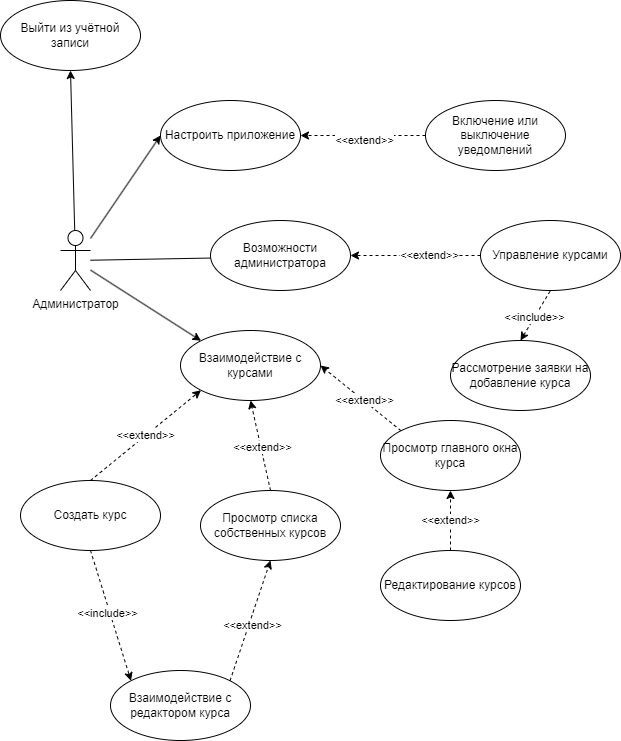
Above: diagrams/Диаграммы прецедентов (Use case diagrams)/Диаграмма прецедентов (admin).png in sahland/9.5-Team (draw.io), before the change. Source tidied: cells renumbered, new cells last; positions are measured from the earlier drawing's top-left corner, leaving out a move shared by most shapes.
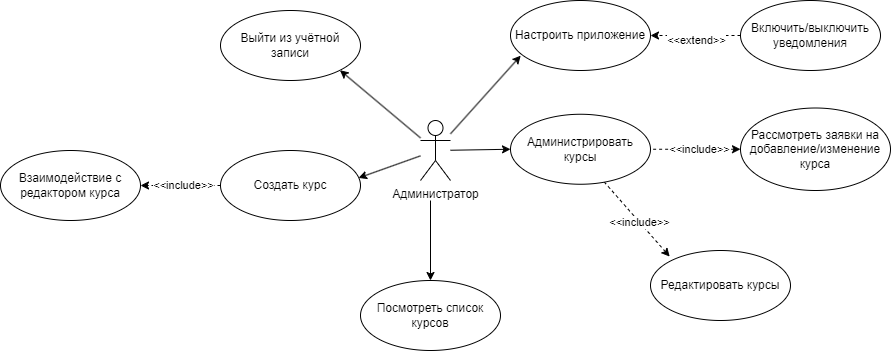
After the commit.

What changed in the source:
```diff
@@ -2,72 +2,39 @@
   <root>
     <mxCell id="0" />
     <mxCell id="1" parent="0" />
-    <mxCell id="2" style="rounded=0;jettySize=auto;html=1;exitX=0;exitY=0.5;exitDx=0;exitDy=0;entryX=1;entryY=0.5;entryDx=0;entryDy=0;dashed=1;" parent="1" edge="1" source="4" target="9">
-      <mxGeometry relative="1" as="geometry" />
-    </mxCell>
-    <mxCell id="3" value="&amp;lt;&amp;lt;extend&amp;gt;&amp;gt;" style="edgeLabel;html=1;align=center;verticalAlign=middle;" parent="2" vertex="1">
-      <mxGeometry x="-0.2" y="-1" relative="1" as="geometry" />
-    </mxCell>
-    <mxCell id="4" value="Управление курсами" style="ellipse;whiteSpace=wrap;html=1;" parent="1" vertex="1">
-      <mxGeometry x="480" y="220" width="140" height="70" as="geometry" />
+    <mxCell id="4" value="Администрировать курсы" style="ellipse;whiteSpace=wrap;html=1;" parent="1" vertex="1">
+      <mxGeometry x="150" y="223.8" width="140" height="70" as="geometry" />
     </mxCell>
-    <mxCell id="5" style="rounded=0;jettySize=auto;html=1;entryX=0.5;entryY=1;entryDx=0;entryDy=0;" parent="1" edge="1" source="7" target="8">
+    <mxCell id="5" style="rounded=0;jettySize=auto;html=1;entryX=1;entryY=1;entryDx=0;entryDy=0;" parent="1" edge="1" source="7" target="8">
       <mxGeometry relative="1" as="geometry" />
     </mxCell>
-    <mxCell id="6" style="rounded=0;jettySize=auto;html=1;entryX=1;entryY=0.5;entryDx=0;entryDy=0;" parent="1" edge="1" source="7" target="9">
+    <mxCell id="6" style="rounded=0;jettySize=auto;html=1;entryX=0;entryY=0.5;entryDx=0;entryDy=0;" parent="1" edge="1" source="7" target="4">
       <mxGeometry relative="1" as="geometry" />
     </mxCell>
     <mxCell id="7" value="Администратор" style="shape=umlActor;verticalLabelPosition=bottom;verticalAlign=top;html=1;" parent="1" vertex="1">
       <mxGeometry x="60" y="230" width="30" height="60" as="geometry" />
     </mxCell>
     <mxCell id="8" value="Выйти из учётной записи" style="ellipse;whiteSpace=wrap;html=1;" parent="1" vertex="1">
-      <mxGeometry width="140" height="70" as="geometry" />
+      <mxGeometry x="-140" y="120" width="140" height="70" as="geometry" />
     </mxCell>
-    <mxCell id="9" value="Возможности администратора" style="ellipse;whiteSpace=wrap;html=1;" parent="1" vertex="1">
-      <mxGeometry x="210" y="220" width="140" height="70" as="geometry" />
-    </mxCell>
-    <mxCell id="10" style="rounded=0;jettySize=auto;html=1;exitX=0.5;exitY=0;exitDx=0;exitDy=0;entryX=0.5;entryY=1;entryDx=0;entryDy=0;dashed=1;startArrow=classic;startFill=1;endArrow=none;endFill=0;" parent="1" edge="1" source="12" target="4">
+    <mxCell id="10" style="rounded=0;jettySize=auto;html=1;exitX=0;exitY=0.5;exitDx=0;exitDy=0;dashed=1;startArrow=classic;startFill=1;endArrow=none;endFill=0;entryX=1;entryY=0.5;entryDx=0;entryDy=0;" parent="1" edge="1" source="12" target="4">
       <mxGeometry relative="1" as="geometry" />
     </mxCell>
     <mxCell id="11" value="&amp;lt;&amp;lt;include&amp;gt;&amp;gt;" style="edgeLabel;html=1;align=center;verticalAlign=middle;" parent="10" vertex="1">
       <mxGeometry x="-0.07" relative="1" as="geometry" />
     </mxCell>
-    <mxCell id="12" value="Рассмотрение заявки на добавление курса" style="ellipse;whiteSpace=wrap;html=1;" parent="1" vertex="1">
-      <mxGeometry x="450" y="340" width="140" height="70" as="geometry" />
+    <mxCell id="12" value="Рассмотреть заявки на добавление/изменение курса" style="ellipse;whiteSpace=wrap;html=1;" parent="1" vertex="1">
+      <mxGeometry x="380" y="217.5" width="150" height="82.5" as="geometry" />
     </mxCell>
-    <mxCell id="13" style="rounded=0;jettySize=auto;html=1;entryX=0;entryY=0.5;entryDx=0;entryDy=0;" parent="1" edge="1" source="7" target="15">
+    <mxCell id="13" style="rounded=0;jettySize=auto;html=1;entryX=0.073;entryY=0.788;entryDx=0;entryDy=0;entryPerimeter=0;" parent="1" edge="1" source="7" target="15">
       <mxGeometry relative="1" as="geometry" />
     </mxCell>
-    <mxCell id="14" style="rounded=0;jettySize=auto;html=1;entryX=0;entryY=0;entryDx=0;entryDy=0;" parent="1" edge="1" source="7" target="16">
+    <mxCell id="14" style="rounded=0;jettySize=auto;html=1;entryX=0.986;entryY=0.392;entryDx=0;entryDy=0;entryPerimeter=0;" parent="1" edge="1" source="7" target="20">
       <mxGeometry relative="1" as="geometry" />
     </mxCell>
     <mxCell id="15" value="Настроить приложение" style="ellipse;whiteSpace=wrap;html=1;" parent="1" vertex="1">
-      <mxGeometry x="160" y="100" width="140" height="70" as="geometry" />
+      <mxGeometry x="150" y="110" width="140" height="70" as="geometry" />
     </mxCell>
-    <mxCell id="16" value="Взаимодействие с курсами" style="ellipse;whiteSpace=wrap;html=1;" parent="1" vertex="1">
-      <mxGeometry x="180" y="330" width="140" height="70" as="geometry" />
-    </mxCell>
-    <mxCell id="17" value="&amp;lt;&amp;lt;extend&amp;gt;&amp;gt;" style="rounded=0;jettySize=auto;html=1;exitX=0.5;exitY=0;exitDx=0;exitDy=0;dashed=1;entryX=0;entryY=1;entryDx=0;entryDy=0;" parent="1" edge="1" source="20" target="16">
-      <mxGeometry relative="1" as="geometry" />
-    </mxCell>
-    <mxCell id="18" style="rounded=0;jettySize=auto;html=1;exitX=0.5;exitY=1;exitDx=0;exitDy=0;entryX=0;entryY=0;entryDx=0;entryDy=0;dashed=1;" parent="1" edge="1" source="20" target="27">
-      <mxGeometry relative="1" as="geometry" />
-    </mxCell>
-    <mxCell id="19" value="&amp;lt;&amp;lt;include&amp;gt;&amp;gt;" style="edgeLabel;html=1;align=center;verticalAlign=middle;" parent="18" vertex="1">
-      <mxGeometry x="-0.05" y="-3" relative="1" as="geometry" />
-    </mxCell>
-    <mxCell id="20" value="Создать курс" style="ellipse;whiteSpace=wrap;html=1;" parent="1" vertex="1">
-      <mxGeometry x="20" y="480" width="140" height="70" as="geometry" />
-    </mxCell>
-    <mxCell id="21" style="rounded=0;jettySize=auto;html=1;exitX=0;exitY=0;exitDx=0;exitDy=0;entryX=1;entryY=0.5;entryDx=0;entryDy=0;dashed=1;" parent="1" edge="1" source="23" target="16">
-      <mxGeometry relative="1" as="geometry" />
-    </mxCell>
-    <mxCell id="22" value="&amp;lt;&amp;lt;extend&amp;gt;&amp;gt;" style="edgeLabel;html=1;align=center;verticalAlign=middle;" parent="21" vertex="1">
-      <mxGeometry x="-0.08" y="-1" relative="1" as="geometry" />
-    </mxCell>
-    <mxCell id="23" value="Просмотр главного окна курса" style="ellipse;whiteSpace=wrap;html=1;" parent="1" vertex="1">
-      <mxGeometry x="380" y="420" width="140" height="70" as="geometry" />
-    </mxCell>
     <mxCell id="24" style="rounded=0;jettySize=auto;html=1;exitX=0;exitY=0.5;exitDx=0;exitDy=0;entryX=1;entryY=0.5;entryDx=0;entryDy=0;dashed=1;" parent="1" edge="1" source="26" target="15">
       <mxGeometry relative="1" as="geometry" />
     </mxCell>
@@ -76,32 +43,39 @@
         <mxPoint x="-1" as="offset" />
       </mxGeometry>
     </mxCell>
-    <mxCell id="26" value="Включение или выключение уведомлений" style="ellipse;whiteSpace=wrap;html=1;" parent="1" vertex="1">
-      <mxGeometry x="425" y="100" width="140" height="70" as="geometry" />
+    <mxCell id="26" value="Включить/выключить уведомления" style="ellipse;whiteSpace=wrap;html=1;" parent="1" vertex="1">
+      <mxGeometry x="380" y="110" width="140" height="70" as="geometry" />
     </mxCell>
+    <mxCell id="20" value="Создать курс" style="ellipse;whiteSpace=wrap;html=1;" parent="1" vertex="1">
+      <mxGeometry x="-140" y="260" width="140" height="70" as="geometry" />
+    </mxCell>
     <mxCell id="27" value="Взаимодействие с редактором курса" style="ellipse;whiteSpace=wrap;html=1;" parent="1" vertex="1">
-      <mxGeometry x="110" y="670" width="140" height="70" as="geometry" />
+      <mxGeometry x="-360" y="260" width="140" height="70" as="geometry" />
     </mxCell>
-    <mxCell id="28" value="Просмотр списка собственных курсов" style="ellipse;whiteSpace=wrap;html=1;" parent="1" vertex="1">
-      <mxGeometry x="200" y="490" width="140" height="70" as="geometry" />
-    </mxCell>
-    <mxCell id="29" style="rounded=0;jettySize=auto;html=1;exitX=0.5;exitY=0;exitDx=0;exitDy=0;entryX=0.5;entryY=1;entryDx=0;entryDy=0;dashed=1;" parent="1" edge="1" source="28" target="16">
-      <mxGeometry relative="1" as="geometry" />
-    </mxCell>
-    <mxCell id="30" value="&amp;lt;&amp;lt;extend&amp;gt;&amp;gt;" style="edgeLabel;html=1;align=center;verticalAlign=middle;" parent="29" vertex="1">
-      <mxGeometry x="-0.04" y="-1" relative="1" as="geometry" />
-    </mxCell>
-    <mxCell id="31" style="rounded=0;jettySize=auto;html=1;exitX=1;exitY=0;exitDx=0;exitDy=0;entryX=0.5;entryY=1;entryDx=0;entryDy=0;dashed=1;" parent="1" edge="1" source="27" target="28">
-      <mxGeometry relative="1" as="geometry" />
-    </mxCell>
-    <mxCell id="32" value="&amp;lt;&amp;lt;extend&amp;gt;&amp;gt;" style="edgeLabel;html=1;align=center;verticalAlign=middle;" parent="31" vertex="1">
-      <mxGeometry x="-0.05" y="-3" relative="1" as="geometry" />
-    </mxCell>
-    <mxCell id="33" value="&amp;lt;&amp;lt;extend&amp;gt;&amp;gt;" style="rounded=0;jettySize=auto;html=1;exitX=0.5;exitY=0;exitDx=0;exitDy=0;entryX=0.5;entryY=1;entryDx=0;entryDy=0;dashed=1;" parent="1" edge="1" source="34" target="23">
-      <mxGeometry relative="1" as="geometry" />
-    </mxCell>
-    <mxCell id="34" value="Редактирование курсов" style="ellipse;whiteSpace=wrap;html=1;" parent="1" vertex="1">
-      <mxGeometry x="380" y="550" width="140" height="70" as="geometry" />
-    </mxCell>
+    <mxCell id="18" style="rounded=0;jettySize=auto;html=1;exitX=0;exitY=0.5;exitDx=0;exitDy=0;dashed=1;" parent="1" edge="1" source="20" target="27">
+      <mxGeometry relative="1" as="geometry" />
+    </mxCell>
+    <mxCell id="35" value="&amp;lt;&amp;lt;include&amp;gt;&amp;gt;" style="edgeLabel;html=1;align=center;verticalAlign=middle;" parent="18" vertex="1">
+      <mxGeometry x="-0.05" y="-3" relative="1" as="geometry">
+        <mxPoint y="2" as="offset" />
+      </mxGeometry>
+    </mxCell>
+    <mxCell id="36" value="Редактировать курсы" style="ellipse;whiteSpace=wrap;html=1;" parent="1" vertex="1">
+      <mxGeometry x="290" y="360" width="140" height="70" as="geometry" />
+    </mxCell>
+    <mxCell id="37" style="rounded=0;jettySize=auto;html=1;exitX=0.137;exitY=0.087;exitDx=0;exitDy=0;dashed=1;startArrow=classic;startFill=1;endArrow=none;endFill=0;entryX=0.671;entryY=0.971;entryDx=0;entryDy=0;entryPerimeter=0;exitPerimeter=0;" parent="1" edge="1" source="36" target="4">
+      <mxGeometry relative="1" as="geometry" />
+    </mxCell>
+    <mxCell id="38" value="&amp;lt;&amp;lt;include&amp;gt;&amp;gt;" style="edgeLabel;html=1;align=center;verticalAlign=middle;" parent="37" vertex="1">
+      <mxGeometry x="-0.07" relative="1" as="geometry" />
+    </mxCell>
+    <mxCell id="39" value="Посмотреть список курсов" style="ellipse;whiteSpace=wrap;html=1;" parent="1" vertex="1">
+      <mxGeometry y="390" width="140" height="70" as="geometry" />
+    </mxCell>
+    <mxCell id="40" style="rounded=0;jettySize=auto;html=1;" parent="1" edge="1" target="39">
+      <mxGeometry relative="1" as="geometry">
+        <mxPoint x="70" y="310" as="sourcePoint" />
+      </mxGeometry>
+    </mxCell>
   </root>
 </mxGraphModel>
```
